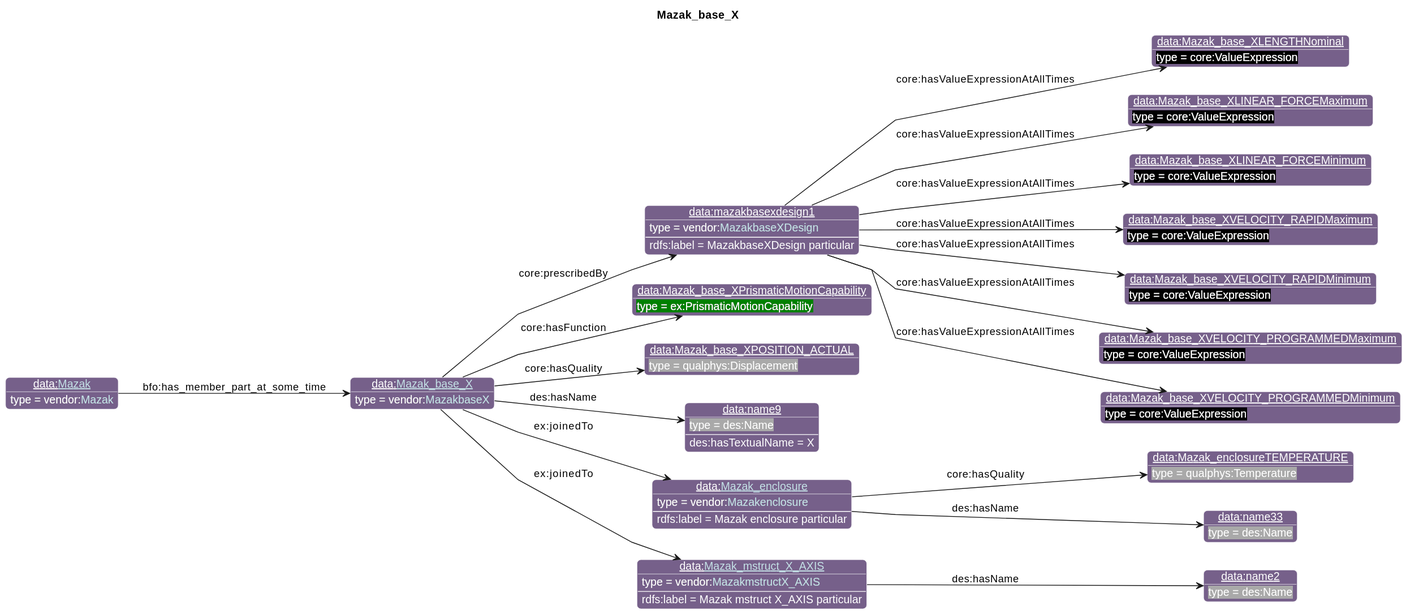
Earlier version of the PlantUML export diagrams/Mazak_base_X.svg (iofoundry/example-syseng-mtconnect).
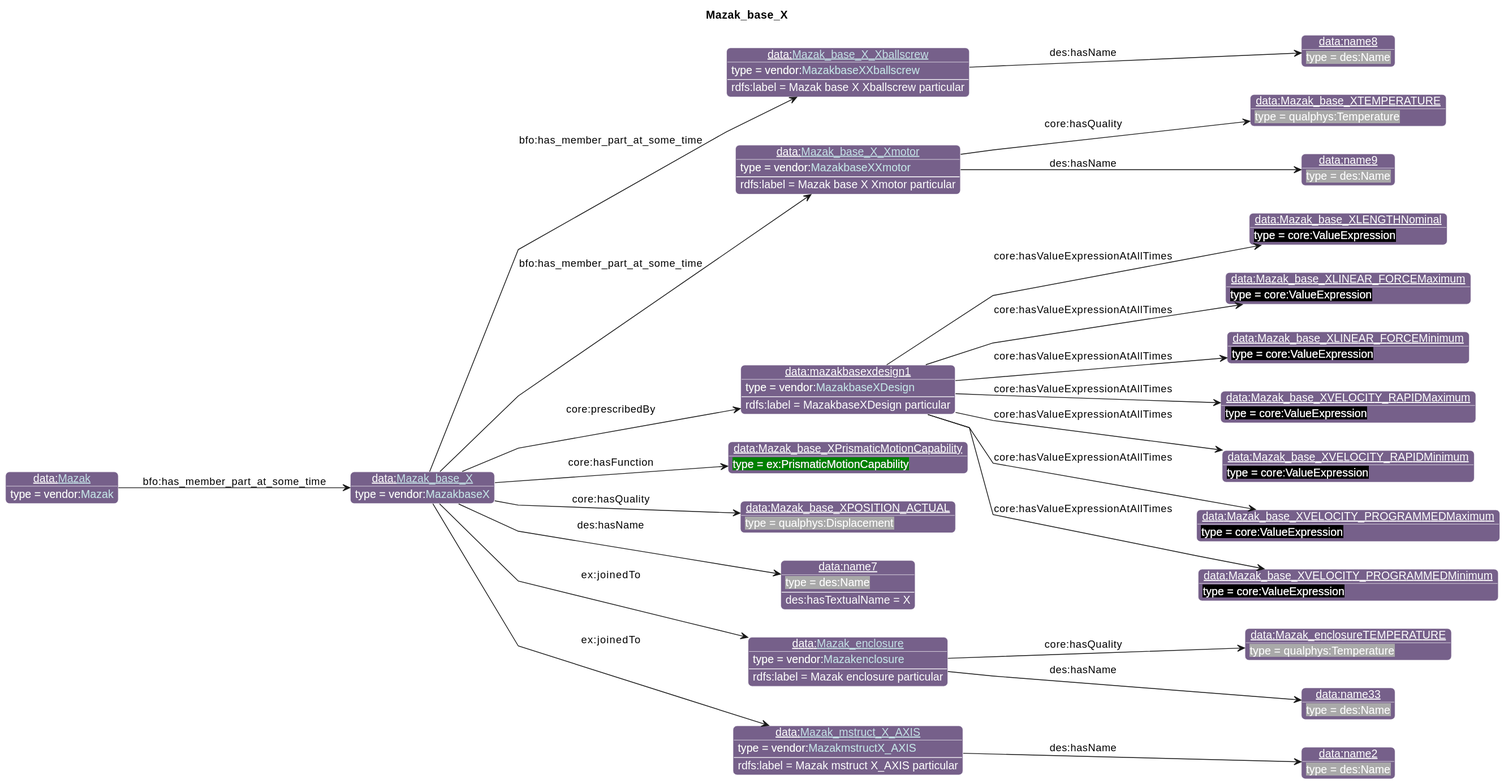
The same file after the commit.

Change to the diagram source:
```diff
@@ -26,42 +26,54 @@
                       "qp":"641B2E"
       }
 individual(o0, data:[[./Mazak_base_X.html Mazak_base_X]], vendor:[[../Mazak.html#MazakbaseX MazakbaseX]])
-individual(o1, data:mazakbasexdesign1, vendor:[[../Mazak.html#MazakbaseXDesign MazakbaseXDesign]])
-individual(o2, data:Mazak_base_XLENGTHNominal, core:ValueExpression)
-individual(o3, data:Mazak_base_XLINEAR_FORCEMaximum, core:ValueExpression)
-individual(o4, data:Mazak_base_XLINEAR_FORCEMinimum, core:ValueExpression)
-individual(o5, data:Mazak_base_XVELOCITY_RAPIDMaximum, core:ValueExpression)
-individual(o6, data:Mazak_base_XVELOCITY_RAPIDMinimum, core:ValueExpression)
-individual(o7, data:Mazak_base_XVELOCITY_PROGRAMMEDMaximum, core:ValueExpression)
-individual(o8, data:Mazak_base_XVELOCITY_PROGRAMMEDMinimum, core:ValueExpression)
-individual(o9, data:Mazak_base_XPrismaticMotionCapability, ex:PrismaticMotionCapability)
-individual(o10, data:Mazak_base_XPOSITION_ACTUAL, qualphys:Displacement)
-individual(o11, data:name9, des:Name)
-individual(o12, data:[[./Mazak_enclosure.html Mazak_enclosure]], vendor:[[../Mazak.html#Mazakenclosure Mazakenclosure]])
-individual(o13, data:Mazak_enclosureTEMPERATURE, qualphys:Temperature)
-individual(o14, data:name33, des:Name)
-individual(o15, data:[[./Mazak_mstruct_X_AXIS.html Mazak_mstruct_X_AXIS]], vendor:[[../Mazak.html#MazakmstructX_AXIS MazakmstructX_AXIS]])
-individual(o16, data:name2, des:Name)
-individual(o17, data:[[./Mazak.html Mazak]], vendor:[[../Mazak.html#Mazak Mazak]])
-property(o0, "core:prescribedBy", o1)
-data(o1, "rdfs:label", "MazakbaseXDesign particular")
-property(o1, "core:hasValueExpressionAtAllTimes", o2)
-property(o1, "core:hasValueExpressionAtAllTimes", o3)
-property(o1, "core:hasValueExpressionAtAllTimes", o4)
-property(o1, "core:hasValueExpressionAtAllTimes", o5)
-property(o1, "core:hasValueExpressionAtAllTimes", o6)
-property(o1, "core:hasValueExpressionAtAllTimes", o7)
-property(o1, "core:hasValueExpressionAtAllTimes", o8)
-property(o0, "core:hasFunction", o9)
-property(o0, "core:hasQuality", o10)
-property(o0, "des:hasName", o11)
-data(o11, "des:hasTextualName", "X")
-property(o0, "ex:joinedTo", o12)
-data(o12, "rdfs:label", "Mazak enclosure particular")
-property(o12, "core:hasQuality", o13)
-property(o12, "des:hasName", o14)
-property(o0, "ex:joinedTo", o15)
-data(o15, "rdfs:label", "Mazak mstruct X_AXIS particular")
-property(o15, "des:hasName", o16)
-property(o17, "bfo:has_member_part_at_some_time", o0)
+individual(o1, data:[[./Mazak_base_X_Xballscrew.html Mazak_base_X_Xballscrew]], vendor:[[../Mazak.html#MazakbaseXXballscrew MazakbaseXXballscrew]])
+individual(o2, data:name8, des:Name)
+individual(o3, data:[[./Mazak_base_X_Xmotor.html Mazak_base_X_Xmotor]], vendor:[[../Mazak.html#MazakbaseXXmotor MazakbaseXXmotor]])
+individual(o4, data:Mazak_base_XTEMPERATURE, qualphys:Temperature)
+individual(o5, data:name9, des:Name)
+individual(o6, data:mazakbasexdesign1, vendor:[[../Mazak.html#MazakbaseXDesign MazakbaseXDesign]])
+individual(o7, data:Mazak_base_XLENGTHNominal, core:ValueExpression)
+individual(o8, data:Mazak_base_XLINEAR_FORCEMaximum, core:ValueExpression)
+individual(o9, data:Mazak_base_XLINEAR_FORCEMinimum, core:ValueExpression)
+individual(o10, data:Mazak_base_XVELOCITY_RAPIDMaximum, core:ValueExpression)
+individual(o11, data:Mazak_base_XVELOCITY_RAPIDMinimum, core:ValueExpression)
+individual(o12, data:Mazak_base_XVELOCITY_PROGRAMMEDMaximum, core:ValueExpression)
+individual(o13, data:Mazak_base_XVELOCITY_PROGRAMMEDMinimum, core:ValueExpression)
+individual(o14, data:Mazak_base_XPrismaticMotionCapability, ex:PrismaticMotionCapability)
+individual(o15, data:Mazak_base_XPOSITION_ACTUAL, qualphys:Displacement)
+individual(o16, data:name7, des:Name)
+individual(o17, data:[[./Mazak_enclosure.html Mazak_enclosure]], vendor:[[../Mazak.html#Mazakenclosure Mazakenclosure]])
+individual(o18, data:Mazak_enclosureTEMPERATURE, qualphys:Temperature)
+individual(o19, data:name33, des:Name)
+individual(o20, data:[[./Mazak_mstruct_X_AXIS.html Mazak_mstruct_X_AXIS]], vendor:[[../Mazak.html#MazakmstructX_AXIS MazakmstructX_AXIS]])
+individual(o21, data:name2, des:Name)
+individual(o22, data:[[./Mazak.html Mazak]], vendor:[[../Mazak.html#Mazak Mazak]])
+property(o0, "bfo:has_member_part_at_some_time", o1)
+data(o1, "rdfs:label", "Mazak base X Xballscrew particular")
+property(o1, "des:hasName", o2)
+property(o0, "bfo:has_member_part_at_some_time", o3)
+data(o3, "rdfs:label", "Mazak base X Xmotor particular")
+property(o3, "core:hasQuality", o4)
+property(o3, "des:hasName", o5)
+property(o0, "core:prescribedBy", o6)
+data(o6, "rdfs:label", "MazakbaseXDesign particular")
+property(o6, "core:hasValueExpressionAtAllTimes", o7)
+property(o6, "core:hasValueExpressionAtAllTimes", o8)
+property(o6, "core:hasValueExpressionAtAllTimes", o9)
+property(o6, "core:hasValueExpressionAtAllTimes", o10)
+property(o6, "core:hasValueExpressionAtAllTimes", o11)
+property(o6, "core:hasValueExpressionAtAllTimes", o12)
+property(o6, "core:hasValueExpressionAtAllTimes", o13)
+property(o0, "core:hasFunction", o14)
+property(o0, "core:hasQuality", o15)
+property(o0, "des:hasName", o16)
+data(o16, "des:hasTextualName", "X")
+property(o0, "ex:joinedTo", o17)
+data(o17, "rdfs:label", "Mazak enclosure particular")
+property(o17, "core:hasQuality", o18)
+property(o17, "des:hasName", o19)
+property(o0, "ex:joinedTo", o20)
+data(o20, "rdfs:label", "Mazak mstruct X_AXIS particular")
+property(o20, "des:hasName", o21)
+property(o22, "bfo:has_member_part_at_some_time", o0)
 @enduml
```
